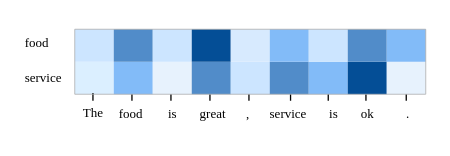
Above: SemGCNAnalysis.drawio in zhaicao/images (draw.io), before the change. Source tidied: cells renumbered, new cells numbered last; positions are measured from the earlier drawing's top-left corner, leaving out a move shared by most shapes. Both pictures are drawn from the tidied source at 130%, with x=0, y=0 at pixel (22, 22).
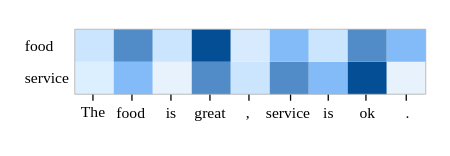
The same page after the edit.

Unchanged cells that the change refers to:
```xml
<mxCell id="4" style="whiteSpace=wrap;html=1;strokeColor=none;fillColor=#dbefff;fontSize=10;fontFamily=Times New Roman;" parent="1" vertex="1">
  <mxGeometry x="40" y="30" width="30" height="25" as="geometry" />
</mxCell>
<mxCell id="12" style="whiteSpace=wrap;html=1;strokeColor=none;fillColor=#E7F2FD;fontSize=10;fontFamily=Times New Roman;" parent="1" vertex="1">
  <mxGeometry x="280" y="30" width="30" height="25" as="geometry" />
</mxCell>
<mxCell id="30" style="whiteSpace=wrap;html=1;strokeColor=none;fillColor=#CCE5FF;fontSize=10;fontFamily=Times New Roman;rounded=0;" parent="1" vertex="1">
  <mxGeometry x="40" y="5" width="30" height="25" as="geometry" />
</mxCell>
```

Diff of the diagram source:
```diff
@@
-    <mxCell id="2" value="service" style="text;html=1;align=left;verticalAlign=middle;strokeColor=none;fillColor=none;fontSize=10;fontFamily=Times New Roman;" parent="1" vertex="1">
-      <mxGeometry y="27" width="50" height="30" as="geometry" />
-    </mxCell>
-    <mxCell id="3" value="food" style="text;html=1;align=left;verticalAlign=middle;strokeColor=none;fillColor=none;fontSize=10;fontFamily=Times New Roman;" parent="1" vertex="1">
-      <mxGeometry y="-0.5" width="40" height="30" as="geometry" />
-    </mxCell>
@@
-    <mxCell id="13" value="&lt;font style=&quot;font-size: 10px;&quot;&gt;food&lt;/font&gt;" style="text;html=1;align=center;verticalAlign=middle;strokeColor=none;fillColor=none;fontSize=10;fontFamily=Times New Roman;" parent="1" vertex="1">
-      <mxGeometry x="63" y="55" width="40" height="30" as="geometry" />
-    </mxCell>
-    <mxCell id="14" value="&lt;font style=&quot;font-size: 10px;&quot;&gt;is&lt;/font&gt;" style="text;html=1;align=center;verticalAlign=middle;strokeColor=none;fillColor=none;fontSize=10;fontFamily=Times New Roman;" parent="1" vertex="1">
-      <mxGeometry x="100" y="55" width="30" height="30" as="geometry" />
-    </mxCell>
-    <mxCell id="15" value="&lt;font style=&quot;font-size: 10px;&quot;&gt;great&lt;/font&gt;" style="text;html=1;align=center;verticalAlign=middle;strokeColor=none;fillColor=none;fontSize=10;fontFamily=Times New Roman;" parent="1" vertex="1">
-      <mxGeometry x="126" y="55" width="40" height="30" as="geometry" />
-    </mxCell>
-    <mxCell id="16" value="&lt;font style=&quot;font-size: 10px;&quot;&gt;,&lt;/font&gt;" style="text;html=1;align=center;verticalAlign=middle;strokeColor=none;fillColor=none;fontSize=10;fontFamily=Times New Roman;" parent="1" vertex="1">
-      <mxGeometry x="158" y="55" width="30" height="30" as="geometry" />
-    </mxCell>
-    <mxCell id="17" value="&lt;font style=&quot;font-size: 10px;&quot;&gt;service&lt;/font&gt;" style="text;html=1;align=center;verticalAlign=middle;strokeColor=none;fillColor=none;fontSize=10;fontFamily=Times New Roman;" parent="1" vertex="1">
-      <mxGeometry x="179" y="55" width="50" height="30" as="geometry" />
-    </mxCell>
-    <mxCell id="18" value="&lt;span style=&quot;font-size: 10px;&quot;&gt;is&lt;/span&gt;" style="text;html=1;align=center;verticalAlign=middle;strokeColor=none;fillColor=none;fontSize=10;fontFamily=Times New Roman;" parent="1" vertex="1">
-      <mxGeometry x="224" y="55" width="30" height="30" as="geometry" />
-    </mxCell>
-    <mxCell id="19" value="&lt;span style=&quot;font-size: 10px;&quot;&gt;ok&lt;/span&gt;" style="text;html=1;align=center;verticalAlign=middle;strokeColor=none;fillColor=none;fontSize=10;fontFamily=Times New Roman;" parent="1" vertex="1">
-      <mxGeometry x="250" y="55" width="30" height="30" as="geometry" />
-    </mxCell>
-    <mxCell id="20" value="&lt;span style=&quot;font-size: 10px;&quot;&gt;.&lt;/span&gt;" style="text;html=1;align=center;verticalAlign=middle;strokeColor=none;fillColor=none;fontSize=10;fontFamily=Times New Roman;fontStyle=0;" parent="1" vertex="1">
-      <mxGeometry x="281" y="55" width="30" height="30" as="geometry" />
-    </mxCell>
-    <mxCell id="21" style="endArrow=none;html=1;rounded=0;fontFamily=Times New Roman;fontSize=11;strokeColor=none;" parent="1" edge="1" source="40">
-      <mxGeometry relative="1" as="geometry">
-        <mxPoint x="54" y="55" as="targetPoint" />
-      </mxGeometry>
-    </mxCell>
-    <mxCell id="22" style="endArrow=none;html=1;rounded=0;fontFamily=Times New Roman;fontSize=11;" parent="1" edge="1">
-      <mxGeometry relative="1" as="geometry">
-        <mxPoint x="84" y="60" as="sourcePoint" />
-        <mxPoint x="84" y="55" as="targetPoint" />
-      </mxGeometry>
-    </mxCell>
-    <mxCell id="23" style="endArrow=none;html=1;rounded=0;fontFamily=Times New Roman;fontSize=11;" parent="1" edge="1">
-      <mxGeometry relative="1" as="geometry">
-        <mxPoint x="114" y="60" as="sourcePoint" />
-        <mxPoint x="114" y="55" as="targetPoint" />
-      </mxGeometry>
-    </mxCell>
-    <mxCell id="24" style="endArrow=none;html=1;rounded=0;fontFamily=Times New Roman;fontSize=11;" parent="1" edge="1">
-      <mxGeometry relative="1" as="geometry">
-        <mxPoint x="144" y="60" as="sourcePoint" />
-        <mxPoint x="144" y="55" as="targetPoint" />
-      </mxGeometry>
-    </mxCell>
-    <mxCell id="25" style="endArrow=none;html=1;rounded=0;fontFamily=Times New Roman;fontSize=11;" parent="1" edge="1">
-      <mxGeometry relative="1" as="geometry">
-        <mxPoint x="174" y="60" as="sourcePoint" />
-        <mxPoint x="174" y="55" as="targetPoint" />
-      </mxGeometry>
-    </mxCell>
-    <mxCell id="26" style="endArrow=none;html=1;rounded=0;fontFamily=Times New Roman;fontSize=11;" parent="1" edge="1">
-      <mxGeometry relative="1" as="geometry">
-        <mxPoint x="206" y="60" as="sourcePoint" />
-        <mxPoint x="206" y="55" as="targetPoint" />
-      </mxGeometry>
-    </mxCell>
-    <mxCell id="27" style="endArrow=none;html=1;rounded=0;fontFamily=Times New Roman;fontSize=11;" parent="1" edge="1">
-      <mxGeometry relative="1" as="geometry">
-        <mxPoint x="235" y="60" as="sourcePoint" />
-        <mxPoint x="235" y="55" as="targetPoint" />
-      </mxGeometry>
-    </mxCell>
-    <mxCell id="28" style="endArrow=none;html=1;rounded=0;fontFamily=Times New Roman;fontSize=11;" parent="1" edge="1">
-      <mxGeometry relative="1" as="geometry">
-        <mxPoint x="264" y="60" as="sourcePoint" />
-        <mxPoint x="264" y="55" as="targetPoint" />
-      </mxGeometry>
-    </mxCell>
-    <mxCell id="29" style="endArrow=none;html=1;rounded=0;fontFamily=Times New Roman;fontSize=11;" parent="1" edge="1">
-      <mxGeometry relative="1" as="geometry">
-        <mxPoint x="295" y="60" as="sourcePoint" />
-        <mxPoint x="295" y="55" as="targetPoint" />
-      </mxGeometry>
-    </mxCell>
@@
-    <mxCell id="39" style="endArrow=none;html=1;rounded=0;fontFamily=Times New Roman;fontSize=11;" parent="1" edge="1" target="40">
-      <mxGeometry relative="1" as="geometry">
-        <mxPoint x="54" y="60" as="sourcePoint" />
-      </mxGeometry>
-    </mxCell>
-    <mxCell id="40" value="&lt;font style=&quot;font-size: 10px;&quot;&gt;The&lt;/font&gt;" style="text;html=1;align=center;verticalAlign=middle;points=[];strokeColor=none;fillColor=none;fontSize=10;fontFamily=Times New Roman;" parent="1" vertex="1">
-      <mxGeometry x="34" y="54" width="40" height="30" as="geometry" />
-    </mxCell>
@@
-    <mxCell id="43" style="endArrow=none;html=1;rounded=0;strokeColor=#adadad;strokeWidth=0.6;exitX=1;exitY=1;exitDx=0;exitDy=0;entryX=0;entryY=1;entryDx=0;entryDy=0;" parent="1" edge="1" source="12" target="4">
-      <mxGeometry relative="1" as="geometry" />
-    </mxCell>
-    <mxCell id="44" style="endArrow=none;html=1;rounded=0;exitX=0;exitY=0;exitDx=0;exitDy=0;entryX=0;entryY=1;entryDx=0;entryDy=0;strokeColor=#adadad;strokeWidth=0.6;" parent="1" edge="1" source="30" target="4">
-      <mxGeometry relative="1" as="geometry" />
-    </mxCell>
+    <mxCell id="40" value="&lt;font style=&quot;font-size: 12px;&quot;&gt;The&lt;/font&gt;" style="text;html=1;align=center;verticalAlign=middle;points=[];strokeColor=none;fillColor=none;fontSize=12;fontFamily=Times New Roman;" parent="1" vertex="1">
+      <mxGeometry x="34" y="54" width="40" height="30" as="geometry" />
+    </mxCell>
+    <mxCell id="45" value="&lt;font style=&quot;font-size: 12px;&quot;&gt;food&lt;/font&gt;" style="text;html=1;align=center;verticalAlign=middle;strokeColor=none;fillColor=none;fontSize=12;fontFamily=Times New Roman;" parent="1" vertex="1">
+      <mxGeometry x="58" y="55" width="50" height="30" as="geometry" />
+    </mxCell>
+    <mxCell id="46" value="&lt;font style=&quot;font-size: 12px;&quot;&gt;is&lt;/font&gt;" style="text;html=1;align=center;verticalAlign=middle;strokeColor=none;fillColor=none;fontSize=12;fontFamily=Times New Roman;" parent="1" vertex="1">
+      <mxGeometry x="99" y="55" width="30" height="30" as="geometry" />
+    </mxCell>
+    <mxCell id="15" value="&lt;font style=&quot;font-size: 12px;&quot;&gt;great&lt;/font&gt;" style="text;html=1;align=center;verticalAlign=middle;strokeColor=none;fillColor=none;fontSize=12;fontFamily=Times New Roman;" parent="1" vertex="1">
+      <mxGeometry x="119" y="55" width="50" height="30" as="geometry" />
+    </mxCell>
+    <mxCell id="16" value="&lt;font style=&quot;font-size: 12px;&quot;&gt;,&lt;/font&gt;" style="text;html=1;align=center;verticalAlign=middle;strokeColor=none;fillColor=none;fontSize=12;fontFamily=Times New Roman;" parent="1" vertex="1">
+      <mxGeometry x="158" y="55" width="30" height="30" as="geometry" />
+    </mxCell>
+    <mxCell id="47" value="&lt;font style=&quot;font-size: 12px;&quot;&gt;service&lt;/font&gt;" style="text;html=1;align=center;verticalAlign=middle;strokeColor=none;fillColor=none;fontSize=12;fontFamily=Times New Roman;" parent="1" vertex="1">
+      <mxGeometry x="174" y="55" width="60" height="30" as="geometry" />
+    </mxCell>
+    <mxCell id="48" value="&lt;span style=&quot;font-size: 12px;&quot;&gt;is&lt;/span&gt;" style="text;html=1;align=center;verticalAlign=middle;strokeColor=none;fillColor=none;fontSize=12;fontFamily=Times New Roman;" parent="1" vertex="1">
+      <mxGeometry x="220" y="55" width="30" height="30" as="geometry" />
+    </mxCell>
+    <mxCell id="19" value="&lt;span style=&quot;font-size: 12px;&quot;&gt;ok&lt;/span&gt;" style="text;html=1;align=center;verticalAlign=middle;strokeColor=none;fillColor=none;fontSize=12;fontFamily=Times New Roman;" parent="1" vertex="1">
+      <mxGeometry x="245" y="55" width="40" height="30" as="geometry" />
+    </mxCell>
+    <mxCell id="20" value="&lt;span style=&quot;font-size: 12px;&quot;&gt;.&lt;/span&gt;" style="text;html=1;align=center;verticalAlign=middle;strokeColor=none;fillColor=none;fontSize=12;fontFamily=Times New Roman;fontStyle=0;" parent="1" vertex="1">
+      <mxGeometry x="281" y="55" width="30" height="30" as="geometry" />
+    </mxCell>
+    <mxCell id="49" style="endArrow=none;html=1;rounded=0;fontFamily=Times New Roman;fontSize=11;strokeColor=none;" parent="1" edge="1" source="40">
+      <mxGeometry relative="1" as="geometry">
+        <mxPoint x="54" y="55" as="targetPoint" />
+      </mxGeometry>
+    </mxCell>
+    <mxCell id="50" style="endArrow=none;html=1;rounded=0;fontFamily=Times New Roman;fontSize=11;" parent="1" edge="1">
+      <mxGeometry relative="1" as="geometry">
+        <mxPoint x="84" y="60" as="sourcePoint" />
+        <mxPoint x="84" y="55" as="targetPoint" />
+      </mxGeometry>
+    </mxCell>
+    <mxCell id="51" style="endArrow=none;html=1;rounded=0;fontFamily=Times New Roman;fontSize=11;" parent="1" edge="1">
+      <mxGeometry relative="1" as="geometry">
+        <mxPoint x="114" y="60" as="sourcePoint" />
+        <mxPoint x="114" y="55" as="targetPoint" />
+      </mxGeometry>
+    </mxCell>
+    <mxCell id="52" style="endArrow=none;html=1;rounded=0;fontFamily=Times New Roman;fontSize=11;" parent="1" edge="1">
+      <mxGeometry relative="1" as="geometry">
+        <mxPoint x="144" y="60" as="sourcePoint" />
+        <mxPoint x="144" y="55" as="targetPoint" />
+      </mxGeometry>
+    </mxCell>
+    <mxCell id="53" style="endArrow=none;html=1;rounded=0;fontFamily=Times New Roman;fontSize=11;" parent="1" edge="1">
+      <mxGeometry relative="1" as="geometry">
+        <mxPoint x="174" y="60" as="sourcePoint" />
+        <mxPoint x="174" y="55" as="targetPoint" />
+      </mxGeometry>
+    </mxCell>
+    <mxCell id="54" style="endArrow=none;html=1;rounded=0;fontFamily=Times New Roman;fontSize=11;" parent="1" edge="1">
+      <mxGeometry relative="1" as="geometry">
+        <mxPoint x="206" y="60" as="sourcePoint" />
+        <mxPoint x="206" y="55" as="targetPoint" />
+      </mxGeometry>
+    </mxCell>
+    <mxCell id="55" style="endArrow=none;html=1;rounded=0;fontFamily=Times New Roman;fontSize=11;" parent="1" edge="1">
+      <mxGeometry relative="1" as="geometry">
+        <mxPoint x="235" y="60" as="sourcePoint" />
+        <mxPoint x="235" y="55" as="targetPoint" />
+      </mxGeometry>
+    </mxCell>
+    <mxCell id="56" style="endArrow=none;html=1;rounded=0;fontFamily=Times New Roman;fontSize=11;" parent="1" edge="1">
+      <mxGeometry relative="1" as="geometry">
+        <mxPoint x="264" y="60" as="sourcePoint" />
+        <mxPoint x="264" y="55" as="targetPoint" />
+      </mxGeometry>
+    </mxCell>
+    <mxCell id="57" style="endArrow=none;html=1;rounded=0;fontFamily=Times New Roman;fontSize=11;" parent="1" edge="1">
+      <mxGeometry relative="1" as="geometry">
+        <mxPoint x="295" y="60" as="sourcePoint" />
+        <mxPoint x="295" y="55" as="targetPoint" />
+      </mxGeometry>
+    </mxCell>
+    <mxCell id="58" style="endArrow=none;html=1;rounded=0;fontFamily=Times New Roman;fontSize=11;" parent="1" edge="1">
+      <mxGeometry relative="1" as="geometry">
+        <mxPoint x="54" y="60" as="sourcePoint" />
+        <mxPoint x="54" y="55" as="targetPoint" />
+      </mxGeometry>
+    </mxCell>
+    <mxCell id="59" style="endArrow=none;html=1;rounded=0;strokeColor=#adadad;strokeWidth=0.6;exitX=1;exitY=1;exitDx=0;exitDy=0;entryX=0;entryY=1;entryDx=0;entryDy=0;" parent="1" edge="1">
+      <mxGeometry relative="1" as="geometry">
+        <mxPoint x="310" y="55" as="sourcePoint" />
+        <mxPoint x="40" y="55" as="targetPoint" />
+      </mxGeometry>
+    </mxCell>
+    <mxCell id="60" value="service" style="text;html=1;align=left;verticalAlign=middle;strokeColor=none;fillColor=none;fontSize=12;fontFamily=Times New Roman;" parent="1" vertex="1">
+      <mxGeometry y="28" width="60" height="30" as="geometry" />
+    </mxCell>
+    <mxCell id="61" value="food" style="text;html=1;align=left;verticalAlign=middle;strokeColor=none;fillColor=none;fontSize=12;fontFamily=Times New Roman;" parent="1" vertex="1">
+      <mxGeometry y="2.5" width="50" height="30" as="geometry" />
+    </mxCell>
+    <mxCell id="62" style="endArrow=none;html=1;rounded=0;exitX=0;exitY=0;exitDx=0;exitDy=0;entryX=0;entryY=1;entryDx=0;entryDy=0;strokeColor=#adadad;strokeWidth=0.6;" parent="1" edge="1">
+      <mxGeometry relative="1" as="geometry">
+        <mxPoint x="40" y="5" as="sourcePoint" />
+        <mxPoint x="40" y="55" as="targetPoint" />
+      </mxGeometry>
+    </mxCell>
```
